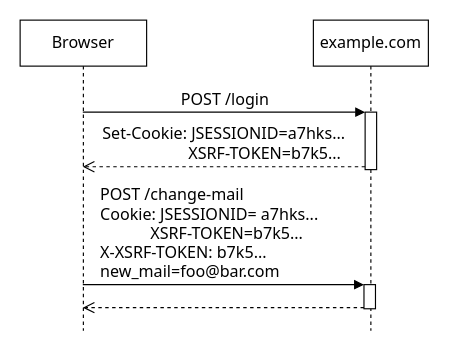
This is content/articles/2021/cross-site-request-forgery-csrf-xsrf-protection-in-quarkus/cookie-to-header.drawio from marcelkliemannel/marcelkliemannel.com, a draw.io file, before an edit. Source tidied: cells renumbered, new cells numbered last; positions are measured from the earlier drawing's top-left corner, leaving out a move shared by most shapes. Both pictures are drawn from the tidied source at 115%, with x=0, y=0 at pixel (20, 20).
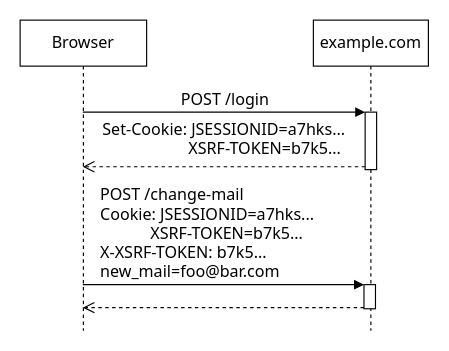
Above is the later version.

What changed in the source:
```diff
@@
 <mxGraphModel>
   <root>
     <mxCell id="0" />
     <mxCell id="1" parent="0" />
     <mxCell id="2" value="Browser" style="shape=umlLifeline;perimeter=lifelinePerimeter;whiteSpace=wrap;html=1;outlineConnect=0;labelBackgroundColor=none;fontSize=14;fontFamily=Tahoma;" parent="1" vertex="1">
       <mxGeometry width="110" height="270" as="geometry" />
     </mxCell>
     <mxCell id="3" value="example.com" style="shape=umlLifeline;perimeter=lifelinePerimeter;whiteSpace=wrap;html=1;fontSize=14;fontFamily=Tahoma;" parent="1" vertex="1">
       <mxGeometry x="255" width="100" height="270" as="geometry" />
     </mxCell>
     <mxCell id="4" style="html=1;points=[];perimeter=orthogonalPerimeter;fontSize=14;fontFamily=Tahoma;" parent="3" vertex="1">
       <mxGeometry x="45" y="80" width="10" height="50" as="geometry" />
     </mxCell>
     <mxCell id="5" style="html=1;points=[];perimeter=orthogonalPerimeter;fontSize=14;fontFamily=Tahoma;" parent="3" vertex="1">
       <mxGeometry x="44" y="230" width="10" height="21" as="geometry" />
     </mxCell>
     <mxCell id="6" value="POST /login" style="html=1;verticalAlign=bottom;endArrow=block;entryX=0;entryY=0;fontSize=14;fontFamily=Tahoma;" parent="1" edge="1" source="2" target="4">
       <mxGeometry relative="1" as="geometry" />
     </mxCell>
-    <mxCell id="7" value="Set-Cookie: JSESSIONID=a7hks...&lt;br&gt;&lt;div style=&quot;text-align: right&quot;&gt;&lt;span&gt;&amp;nbsp;XSRF-TOKEN=b7k5...&amp;nbsp;&lt;/span&gt;&lt;/div&gt;" style="html=1;verticalAlign=bottom;endArrow=open;dashed=1;endSize=8;exitX=0;exitY=0.95;labelBackgroundColor=none;fontSize=14;fontFamily=Tahoma;" parent="1" edge="1" source="4" target="2">
+    <mxCell id="7" value="Set-Cookie: JSESSIONID=a7hks...&lt;br&gt;&lt;div style=&quot;text-align: right&quot;&gt;&lt;span&gt;&amp;nbsp;XSRF-TOKEN=b7k5...&amp;nbsp;&lt;/span&gt;&lt;/div&gt;" style="html=1;verticalAlign=bottom;endArrow=open;dashed=1;endSize=8;exitX=0;exitY=0.95;labelBackgroundColor=none;fontSize=14;fontFamily=Tahoma;horizontal=1;spacing=6;spacingTop=2;" parent="1" edge="1" source="4" target="2">
       <mxGeometry relative="1" as="geometry" />
     </mxCell>
-    <mxCell id="8" value="POST /change-mail&lt;br style=&quot;font-size: 14px&quot;&gt;Cookie: JSESSIONID=&lt;span style=&quot;text-align: center&quot;&gt;&amp;nbsp;a7hks&lt;/span&gt;...&lt;br&gt;&amp;nbsp; &amp;nbsp; &amp;nbsp; &amp;nbsp; &amp;nbsp; &amp;nbsp;&amp;nbsp;&lt;span style=&quot;text-align: right&quot;&gt;XSRF-TOKEN=b7k5...&amp;nbsp;&lt;br&gt;&lt;/span&gt;X-XSRF-TOKEN: b7k5...&lt;br style=&quot;font-size: 14px&quot;&gt;&lt;span style=&quot;font-size: 14px&quot;&gt;new_mail=foo@bar.com&lt;/span&gt;" style="html=1;verticalAlign=bottom;endArrow=block;entryX=0;entryY=0;align=left;labelBackgroundColor=default;fontSize=14;fontFamily=Tahoma;" parent="1" edge="1" target="5">
+    <mxCell id="8" value="POST /change-mail&lt;br style=&quot;font-size: 14px&quot;&gt;Cookie: JSESSIONID=&lt;span style=&quot;text-align: center&quot;&gt;a7hks&lt;/span&gt;...&lt;br&gt;&amp;nbsp; &amp;nbsp; &amp;nbsp; &amp;nbsp; &amp;nbsp; &amp;nbsp;&amp;nbsp;&lt;span style=&quot;text-align: right&quot;&gt;XSRF-TOKEN=b7k5...&amp;nbsp;&lt;br&gt;&lt;/span&gt;X-XSRF-TOKEN: b7k5...&lt;br style=&quot;font-size: 14px&quot;&gt;&lt;span style=&quot;font-size: 14px&quot;&gt;new_mail=foo@bar.com&lt;/span&gt;" style="html=1;verticalAlign=bottom;endArrow=block;entryX=0;entryY=0;align=left;labelBackgroundColor=default;fontSize=14;fontFamily=Tahoma;" parent="1" edge="1" target="5">
       <mxGeometry x="-0.89" relative="1" as="geometry">
         <mxPoint x="54.5" y="230" as="sourcePoint" />
       </mxGeometry>
     </mxCell>
     <mxCell id="9" style="html=1;verticalAlign=bottom;endArrow=open;dashed=1;endSize=8;exitX=0;exitY=0.95;fontSize=14;fontFamily=Tahoma;" parent="1" edge="1" source="5">
       <mxGeometry relative="1" as="geometry">
         <mxPoint x="54.5" y="250" as="targetPoint" />
       </mxGeometry>
     </mxCell>
   </root>
 </mxGraphModel>
```
